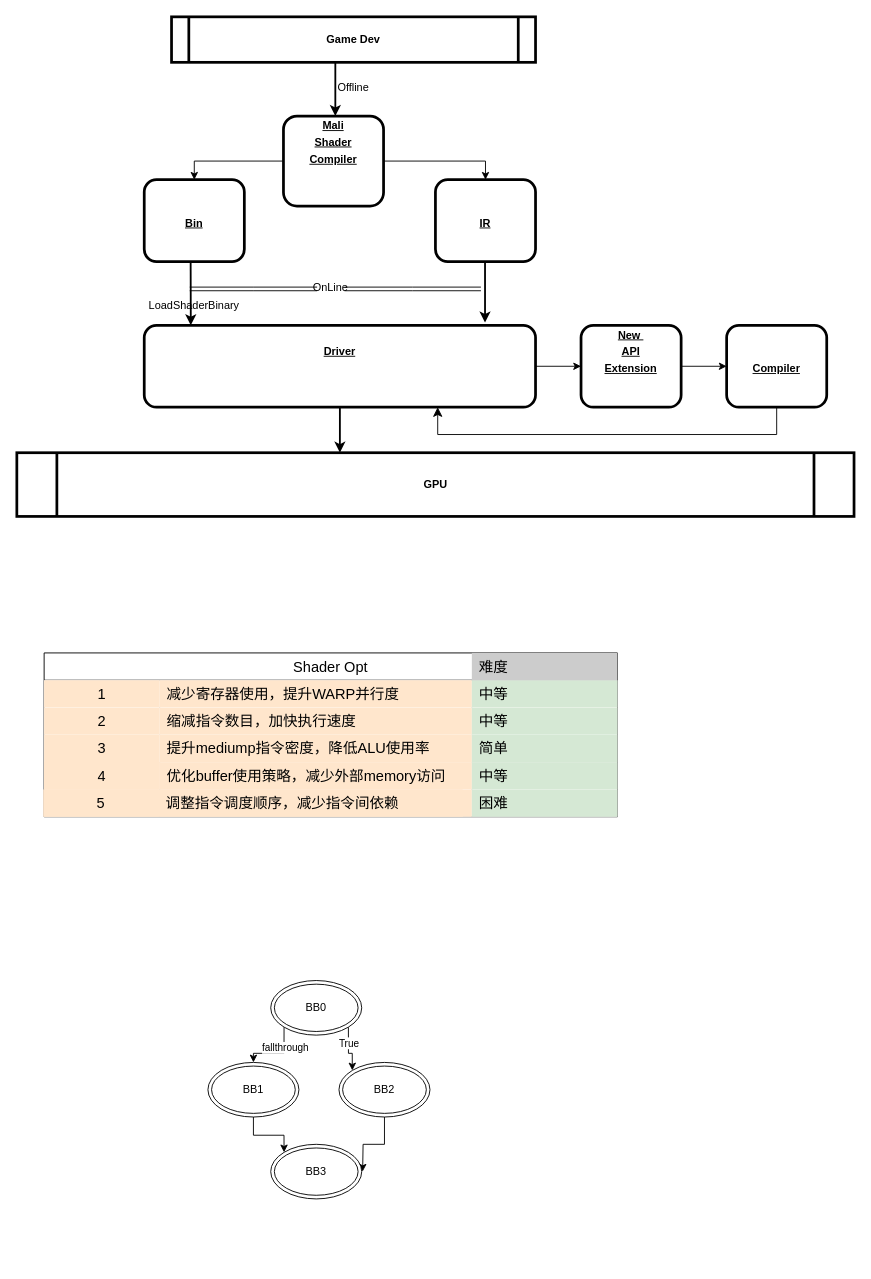
The draw.io diagram gpu_comp.drawio in COthello/mesadoc, before the edit. Source tidied: cells renumbered, new cells numbered last; positions are measured from the earlier drawing's top-left corner, leaving out a move shared by most shapes. Both pictures are drawn from the tidied source at 91%, with x=0, y=0 at pixel (16, 16).
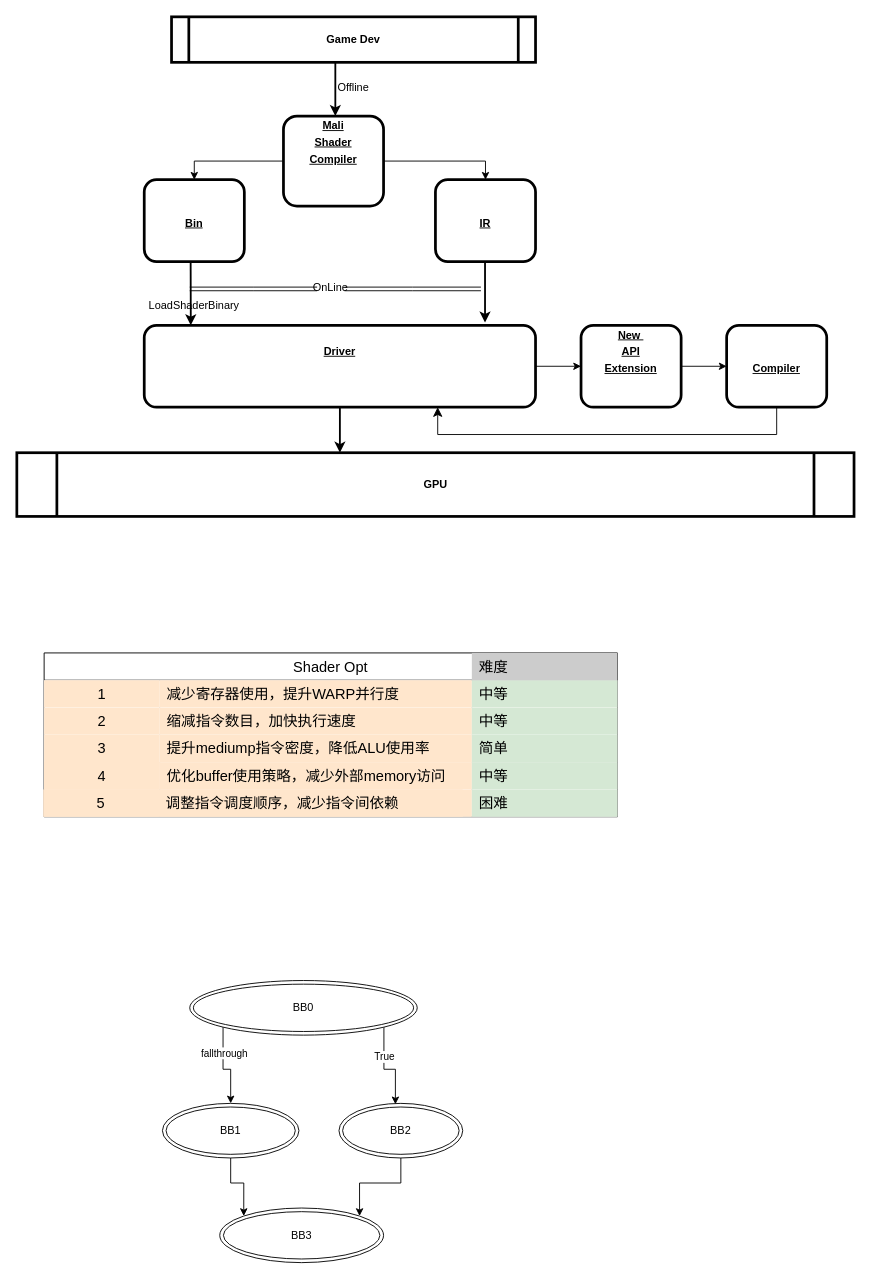
The same page after the edit.

What changed in the source:
```diff
@@
-    <mxCell id="51" style="edgeStyle=orthogonalEdgeStyle;rounded=0;jettySize=auto;html=1;exitX=1;exitY=1;exitDx=0;exitDy=0;entryX=0;entryY=0;entryDx=0;entryDy=0;" parent="1" edge="1" source="53" target="57">
+    <mxCell id="51" style="edgeStyle=orthogonalEdgeStyle;rounded=0;jettySize=auto;html=1;exitX=1;exitY=1;exitDx=0;exitDy=0;entryX=0.456;entryY=0.017;entryDx=0;entryDy=0;entryPerimeter=0;" parent="1" edge="1" source="53" target="57">
       <mxGeometry relative="1" as="geometry" />
     </mxCell>
@@
     <mxCell id="53" value="BB0" style="ellipse;shape=doubleEllipse;whiteSpace=wrap;html=1;" parent="1" vertex="1">
-      <mxGeometry x="279" y="1059" width="100" height="60" as="geometry" />
+      <mxGeometry x="190" y="1059" width="250" height="60" as="geometry" />
     </mxCell>
@@
     <mxCell id="55" value="BB1" style="ellipse;shape=doubleEllipse;whiteSpace=wrap;html=1;" parent="1" vertex="1">
-      <mxGeometry x="210" y="1149" width="100" height="60" as="geometry" />
+      <mxGeometry x="160" y="1194" width="150" height="60" as="geometry" />
     </mxCell>
-    <mxCell id="56" style="edgeStyle=orthogonalEdgeStyle;rounded=0;jettySize=auto;html=1;" parent="1" edge="1" source="57">
-      <mxGeometry relative="1" as="geometry">
-        <mxPoint x="380" y="1269" as="targetPoint" />
-      </mxGeometry>
+    <mxCell id="56" style="edgeStyle=orthogonalEdgeStyle;rounded=0;jettySize=auto;html=1;entryX=1;entryY=0;entryDx=0;entryDy=0;" parent="1" edge="1" source="57" target="58">
+      <mxGeometry relative="1" as="geometry" />
     </mxCell>
     <mxCell id="57" value="BB2" style="ellipse;shape=doubleEllipse;whiteSpace=wrap;html=1;" parent="1" vertex="1">
-      <mxGeometry x="354" y="1149" width="100" height="60" as="geometry" />
+      <mxGeometry x="354" y="1194" width="136" height="60" as="geometry" />
     </mxCell>
     <mxCell id="58" value="BB3" style="ellipse;shape=doubleEllipse;whiteSpace=wrap;html=1;" parent="1" vertex="1">
-      <mxGeometry x="279" y="1239" width="100" height="60" as="geometry" />
+      <mxGeometry x="223" y="1309" width="180" height="60" as="geometry" />
     </mxCell>
```
